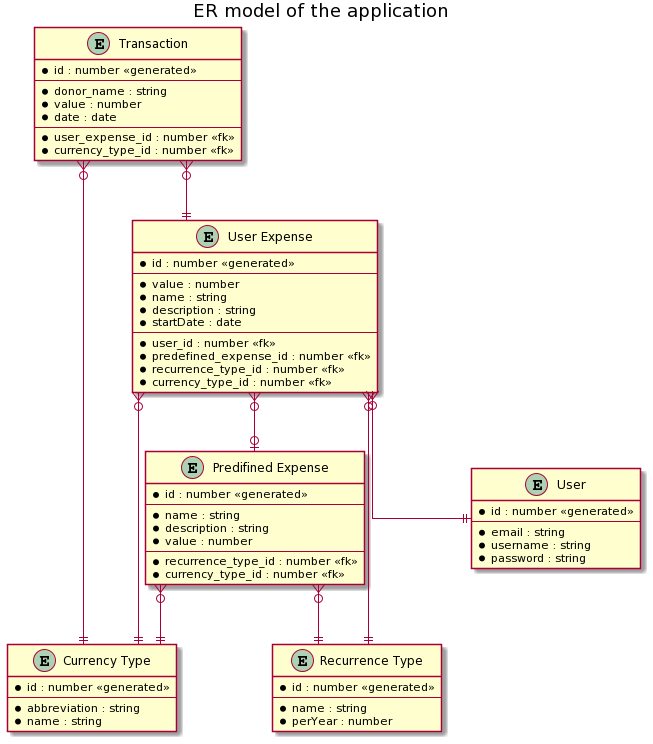
The PlantUML diagram docs/img/er_model.png in szattila98/veryrezsi, before a commit.
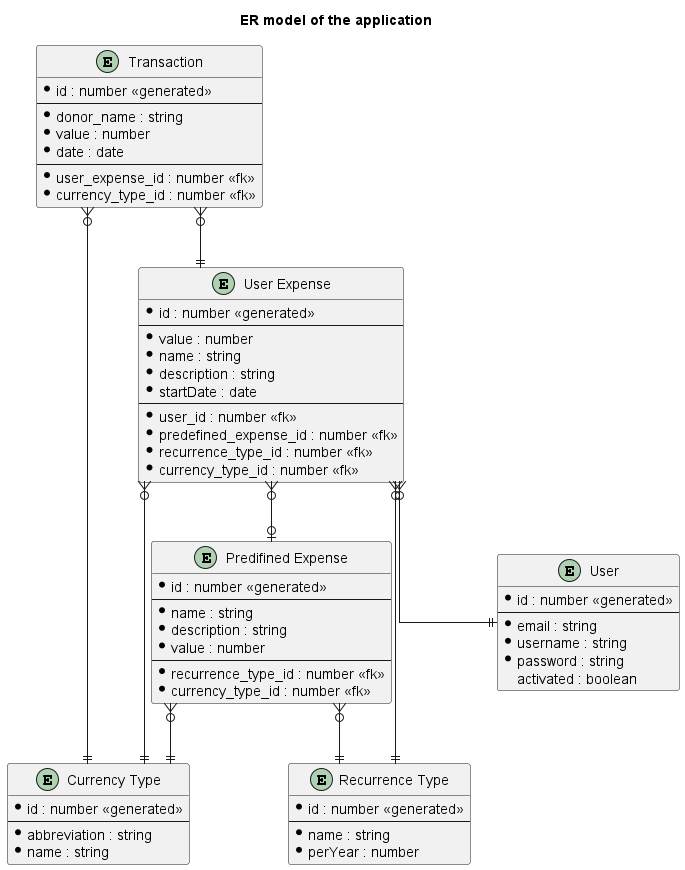
Later version of the same file.

What changed in the source:
```diff
@@ -1,4 +1,4 @@
-@startuml
+@startuml er_model
 title ER model of the application
 skinparam linetype ortho
 
@@ -33,6 +33,7 @@
   * email : string
   * username : string
   * password : string
+  activated : boolean
 }
 
 entity "User Expense" as uexp {
```
